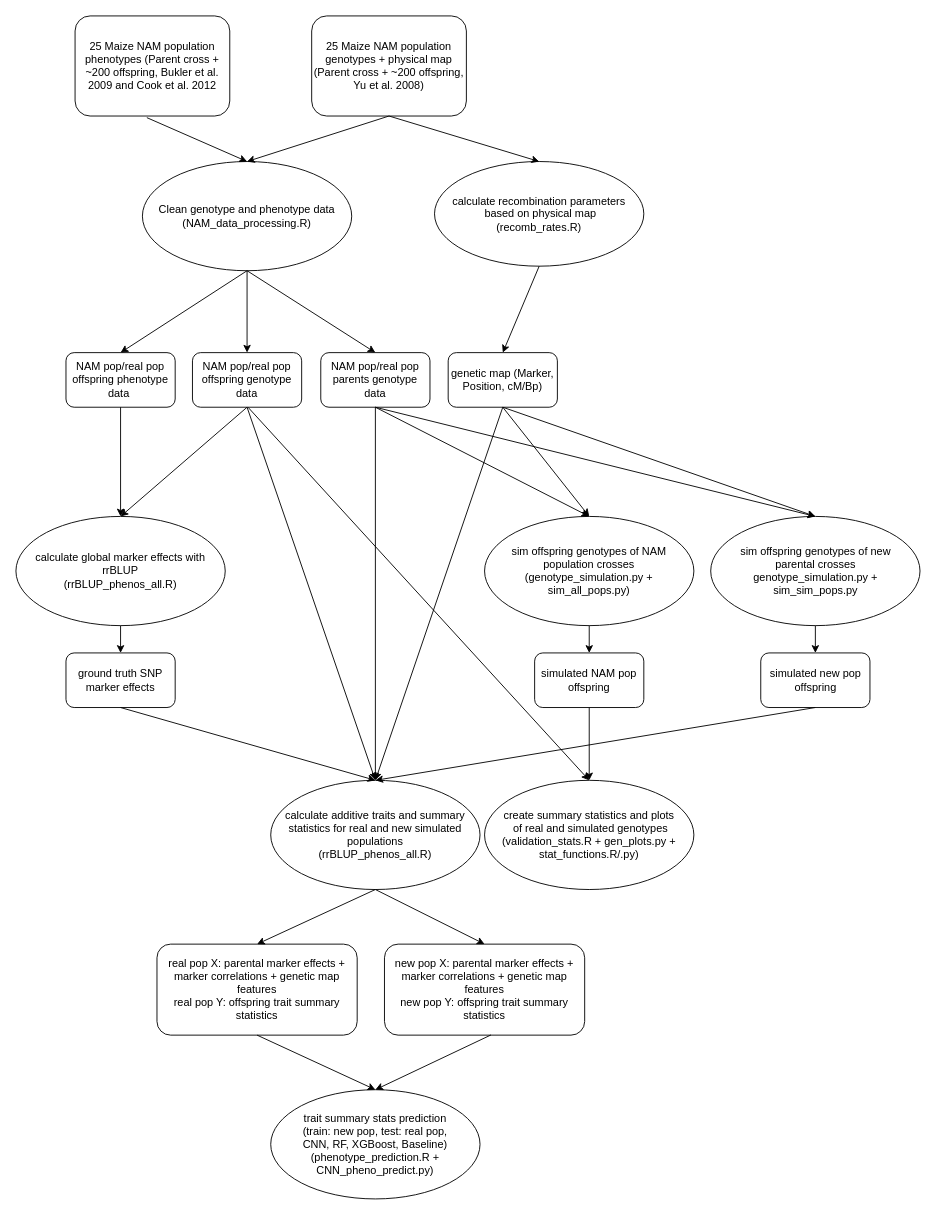
The draw.io diagram code/sim_predict_pipeline.drawio in Phlup/Masterarbeit, before the edit. Source tidied: cells renumbered, new cells numbered last; positions are measured from the earlier drawing's top-left corner, leaving out a move shared by most shapes. Both pictures are drawn from the tidied source at 91%, with x=0, y=0 at pixel (15, 15).
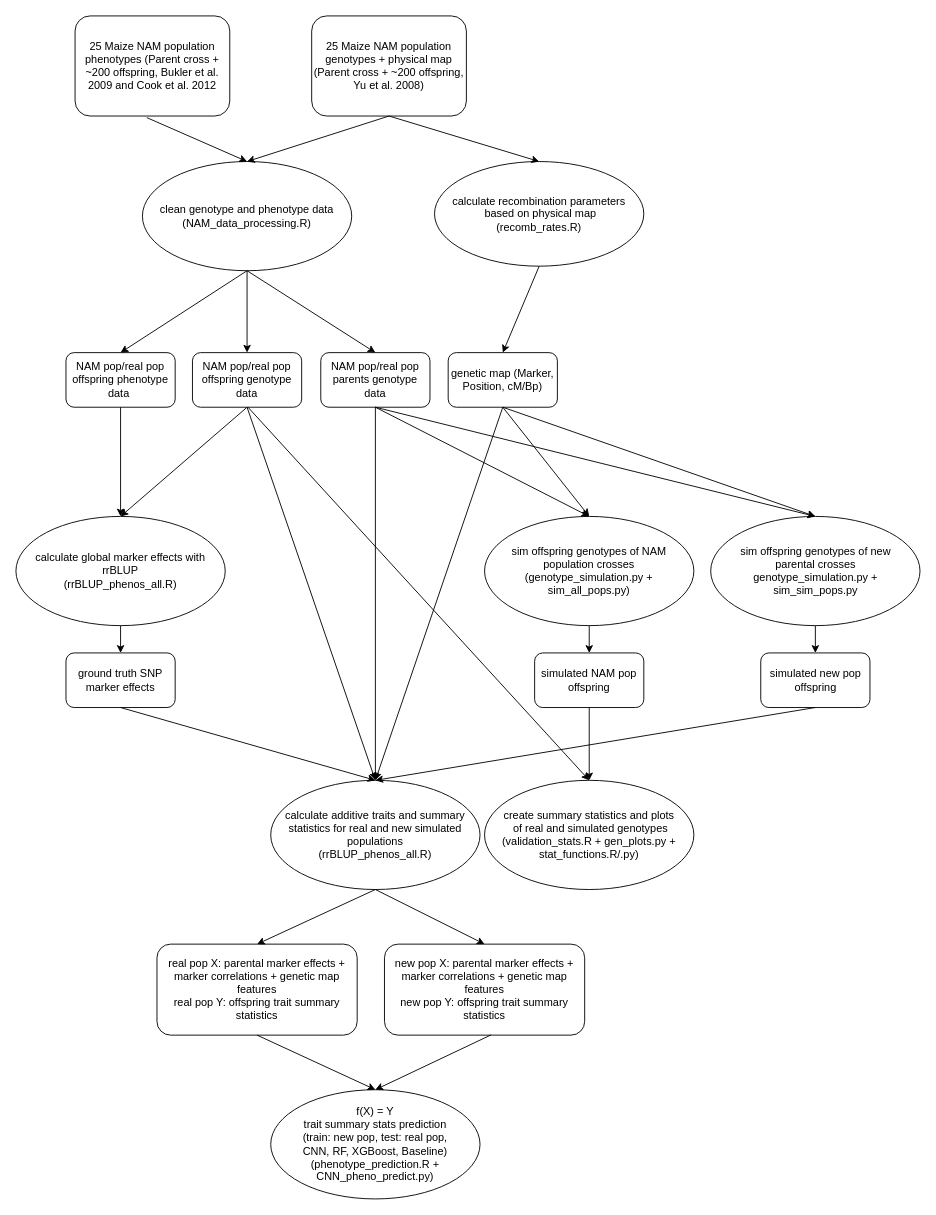
The same diagram, later.

Diff of the diagram source:
```diff
@@
-    <mxCell id="12" value="trait summary stats prediction &lt;br&gt;(train: new pop, test: real pop,&lt;br&gt;CNN, RF, XGBoost, Baseline)&lt;br&gt;(phenotype_prediction.R + CNN_pheno_predict.py)" style="ellipse;whiteSpace=wrap;html=1;" parent="1" vertex="1">
+    <mxCell id="12" value="f(X) = Y&lt;br&gt;trait summary stats prediction &lt;br&gt;(train: new pop, test: real pop,&lt;br&gt;CNN, RF, XGBoost, Baseline)&lt;br&gt;(phenotype_prediction.R + CNN_pheno_predict.py)" style="ellipse;whiteSpace=wrap;html=1;" parent="1" vertex="1">
       <mxGeometry x="280" y="1180" width="230" height="120" as="geometry" />
     </mxCell>
@@
-    <mxCell id="16" value="Clean genotype and phenotype data&lt;br&gt;(NAM_data_processing.R)" style="ellipse;whiteSpace=wrap;html=1;" parent="1" vertex="1">
+    <mxCell id="16" value="clean genotype and phenotype data&lt;br&gt;(NAM_data_processing.R)" style="ellipse;whiteSpace=wrap;html=1;" parent="1" vertex="1">
       <mxGeometry x="139" y="160" width="230" height="120" as="geometry" />
     </mxCell>
```
